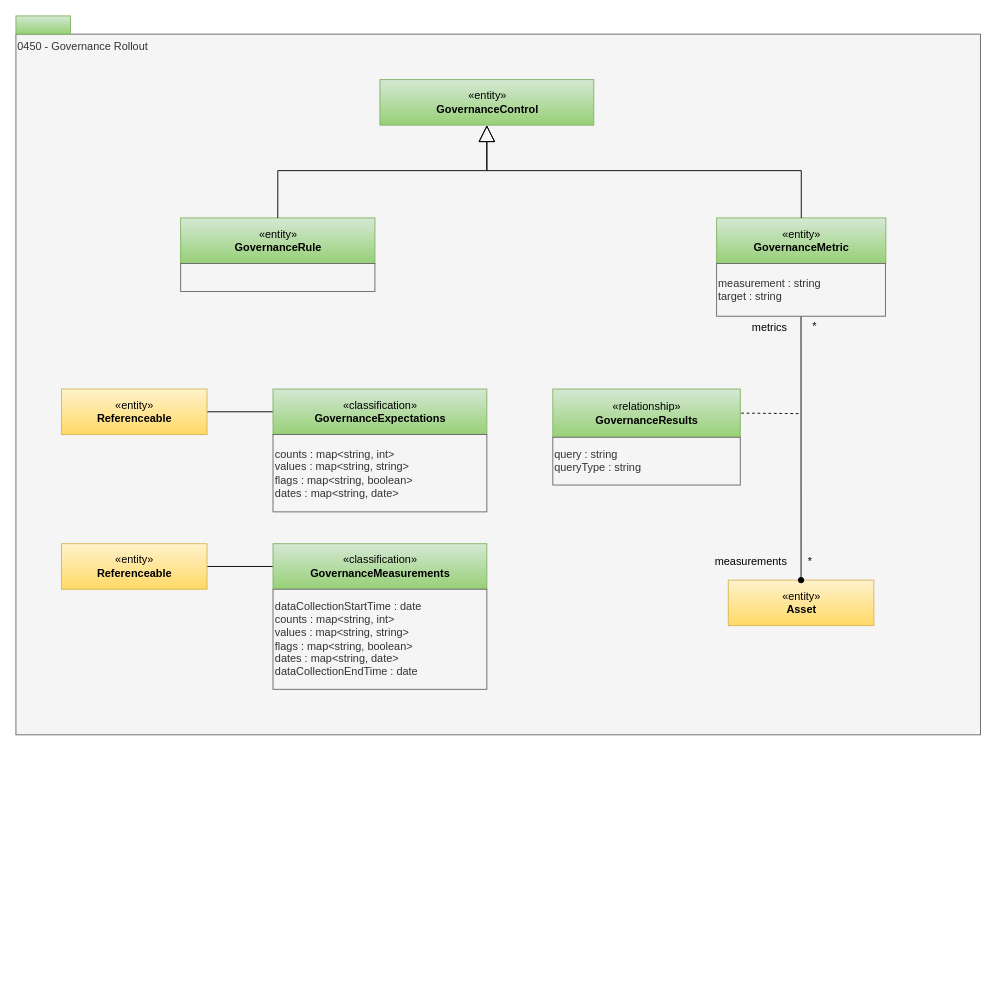
Earlier version of the draw.io diagram page "0450-Governance-Rollout" (16 of 30) of site/docs/types/4/area-4-governance.drawio (odpi/egeria-docs). Source tidied: cells renumbered, new cells numbered last; positions are measured from the earlier drawing's top-left corner, leaving out a move shared by most shapes. Both pictures are drawn from the tidied source at 91%, with x=0, y=0 at pixel (15, 15).
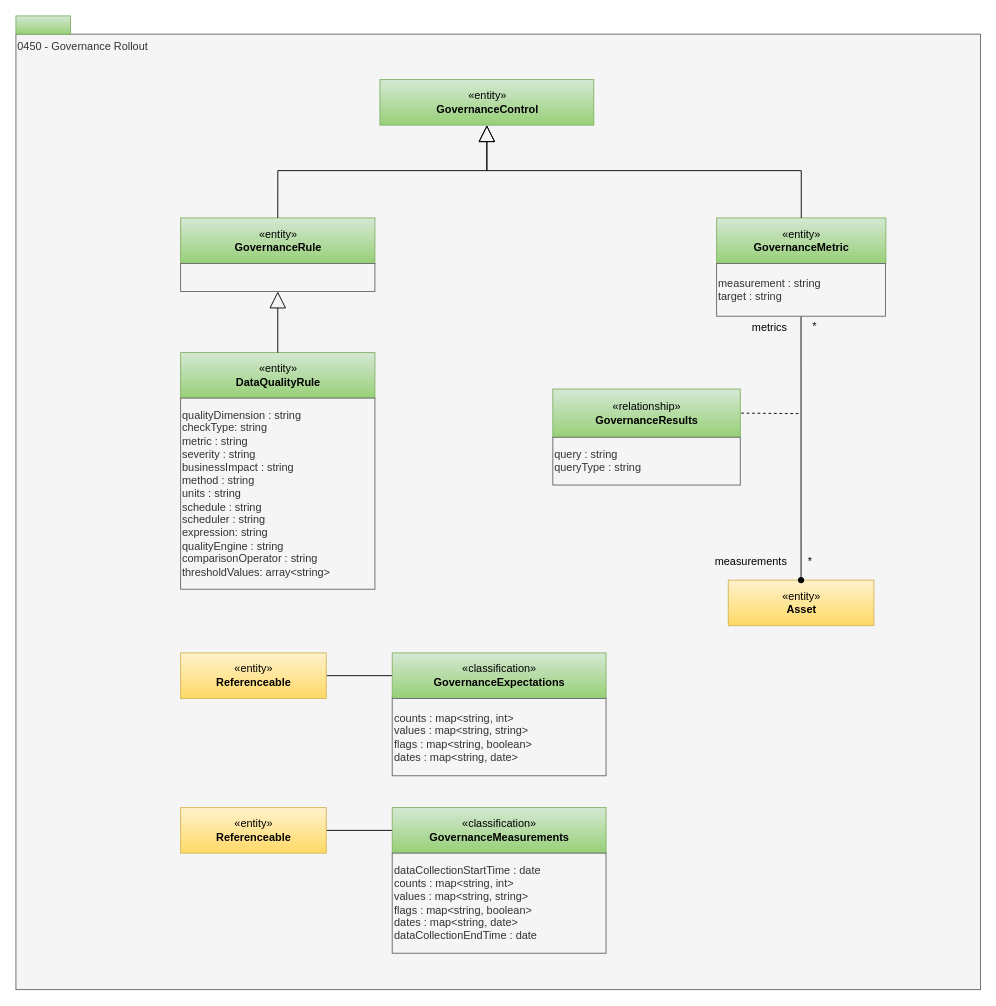
Above is the later version.

Unchanged cells that the change refers to:
```xml
<mxCell id="26" style="rounded=0;whiteSpace=wrap;html=1;strokeColor=#666666;align=left;fillColor=#f5f5f5;fontColor=#333333;" parent="1" vertex="1">
  <mxGeometry x="181" y="272" width="213.5" height="30.8" as="geometry" />
</mxCell>
```

Diff of the diagram source:
```diff
@@
     <mxCell id="2" value="0450 - Governance Rollout" style="rounded=0;whiteSpace=wrap;html=1;align=left;verticalAlign=top;fillColor=#f5f5f5;fontColor=#333333;strokeColor=#666666;" parent="1" vertex="1">
-      <mxGeometry y="20" width="1060" height="770" as="geometry" />
+      <mxGeometry y="20" width="1060" height="1050" as="geometry" />
     </mxCell>
@@
     <mxCell id="12" value="«classification»&lt;br&gt;&lt;b&gt;GovernanceMeasurements&lt;/b&gt;" style="html=1;strokeColor=#82b366;align=center;fillColor=#d5e8d4;gradientColor=#97d077;" parent="1" vertex="1">
-      <mxGeometry x="282.5" y="580" width="235" height="50" as="geometry" />
+      <mxGeometry x="413.5" y="870" width="235" height="50" as="geometry" />
     </mxCell>
     <mxCell id="13" value="dataCollectionStartTime : date&lt;div&gt;counts : map&amp;lt;string, int&amp;gt;&lt;br&gt;values : map&amp;lt;string, string&amp;gt;&lt;br&gt;flags : map&amp;lt;string, boolean&amp;gt;&lt;div&gt;&lt;/div&gt;&lt;div&gt;dates : map&amp;lt;string, date&amp;gt;&lt;/div&gt;&lt;div style=&quot;text-align: left&quot;&gt;&lt;/div&gt;&lt;/div&gt;&lt;div&gt;dataCollectionEndTime : date&lt;/div&gt;" style="rounded=0;whiteSpace=wrap;html=1;strokeColor=#666666;align=left;fillColor=#f5f5f5;fontColor=#333333;" parent="1" vertex="1">
-      <mxGeometry x="282.5" y="630" width="235" height="110" as="geometry" />
+      <mxGeometry x="413.5" y="920" width="235" height="110" as="geometry" />
     </mxCell>
     <mxCell id="14" value="«entity»&lt;br&gt;&lt;b&gt;Referenceable&lt;/b&gt;" style="html=1;strokeColor=#d6b656;align=center;fillColor=#fff2cc;gradientColor=#ffd966;" parent="1" vertex="1">
-      <mxGeometry x="50" y="580" width="160" height="50" as="geometry" />
+      <mxGeometry x="181" y="870" width="160" height="50" as="geometry" />
     </mxCell>
@@
     <mxCell id="16" value="«classification»&lt;br&gt;&lt;b&gt;GovernanceExpectations&lt;/b&gt;" style="html=1;strokeColor=#82b366;align=center;fillColor=#d5e8d4;gradientColor=#97d077;" parent="1" vertex="1">
-      <mxGeometry x="282.5" y="410" width="235" height="50" as="geometry" />
+      <mxGeometry x="413.5" y="700" width="235" height="50" as="geometry" />
     </mxCell>
     <mxCell id="17" value="counts : map&amp;lt;string, int&amp;gt;&lt;br&gt;values : map&amp;lt;string, string&amp;gt;&lt;br&gt;flags : map&amp;lt;string, boolean&amp;gt;&lt;div style=&quot;text-align: left&quot;&gt;&lt;/div&gt;&lt;div&gt;dates : map&amp;lt;string, date&amp;gt;&lt;/div&gt;" style="rounded=0;whiteSpace=wrap;html=1;strokeColor=#666666;align=left;fillColor=#f5f5f5;fontColor=#333333;" parent="1" vertex="1">
-      <mxGeometry x="282.5" y="460" width="235" height="85" as="geometry" />
+      <mxGeometry x="413.5" y="750" width="235" height="85" as="geometry" />
     </mxCell>
     <mxCell id="18" value="«entity»&lt;br&gt;&lt;b&gt;Referenceable&lt;/b&gt;" style="html=1;strokeColor=#d6b656;align=center;fillColor=#fff2cc;gradientColor=#ffd966;" parent="1" vertex="1">
-      <mxGeometry x="50" y="410" width="160" height="50" as="geometry" />
+      <mxGeometry x="181" y="700" width="160" height="50" as="geometry" />
     </mxCell>
@@
+    <mxCell id="28" value="«entity»&lt;br&gt;&lt;b&gt;DataQualityRule&lt;/b&gt;" style="html=1;strokeColor=#82b366;align=center;fillColor=#d5e8d4;gradientColor=#97d077;" parent="1" vertex="1">
+      <mxGeometry x="181" y="370" width="213.5" height="50" as="geometry" />
+    </mxCell>
+    <mxCell id="29" value="&lt;div&gt;qualityDimension : string&lt;/div&gt;&lt;div&gt;checkType: string&lt;/div&gt;&lt;div&gt;metric : string&lt;/div&gt;&lt;div&gt;severity : string&lt;/div&gt;&lt;div&gt;businessImpact : string&lt;/div&gt;&lt;div&gt;method : string&lt;/div&gt;&lt;div&gt;units : string&lt;/div&gt;&lt;div&gt;schedule : string&lt;/div&gt;&lt;div&gt;scheduler : string&lt;/div&gt;&lt;div&gt;expression: string&lt;/div&gt;&lt;div&gt;qualityEngine : string&lt;/div&gt;&lt;div&gt;comparisonOperator : string&lt;/div&gt;&lt;div&gt;thresholdValues: array&amp;lt;string&amp;gt;&lt;/div&gt;" style="rounded=0;whiteSpace=wrap;html=1;strokeColor=#666666;align=left;fillColor=#f5f5f5;fontColor=#333333;" parent="1" vertex="1">
+      <mxGeometry x="181" y="420" width="213.5" height="210" as="geometry" />
+    </mxCell>
+    <mxCell id="30" style="edgeStyle=orthogonalEdgeStyle;rounded=0;jettySize=auto;html=1;exitX=0.5;exitY=0;exitDx=0;exitDy=0;endArrow=block;endFill=0;endSize=16;strokeWidth=1;entryX=0.5;entryY=1;entryDx=0;entryDy=0;" parent="1" edge="1" source="28" target="26">
+      <mxGeometry relative="1" as="geometry" />
+    </mxCell>
```
